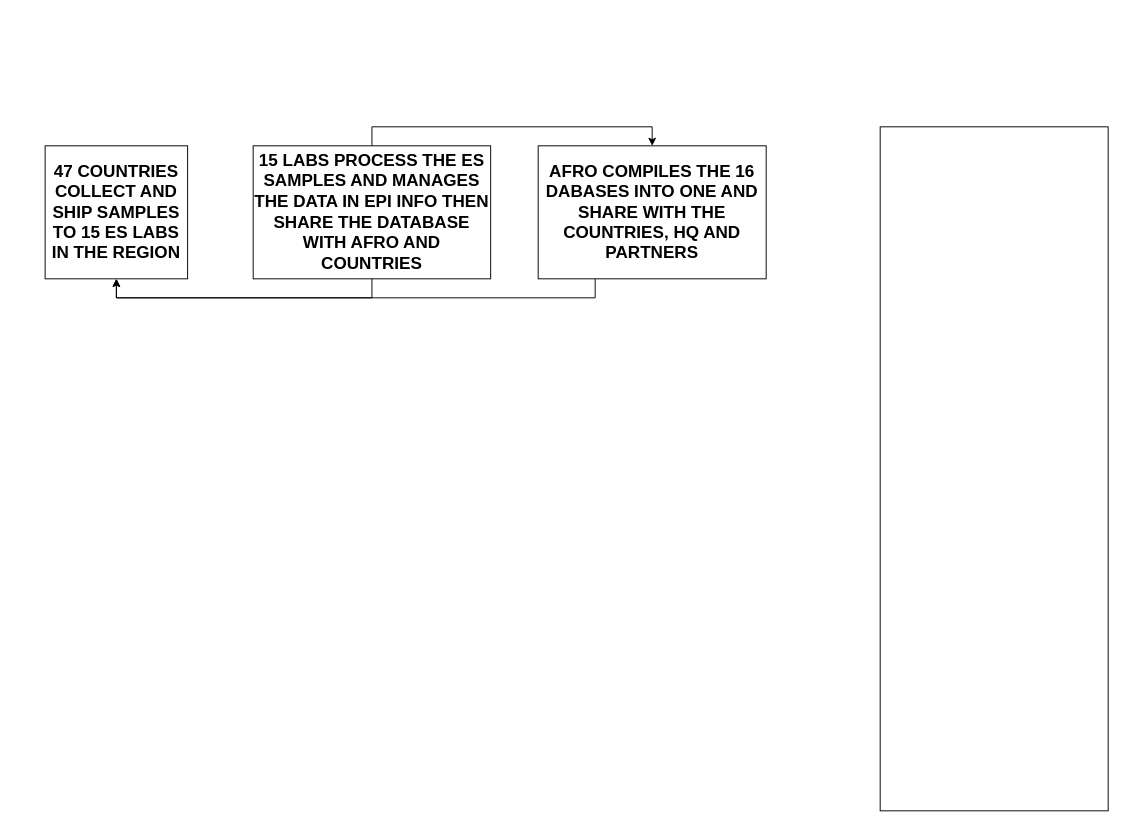
DemevengDerrick/Workflows keeps this draw.io diagram as ES_Data_flow.drawio. Above is the earlier version. Source tidied: cells renumbered, new cells numbered last; positions are measured from the earlier drawing's top-left corner, leaving out a move shared by most shapes. Both pictures are drawn from the tidied source at 95%, with x=0, y=0 at pixel (45, 126).
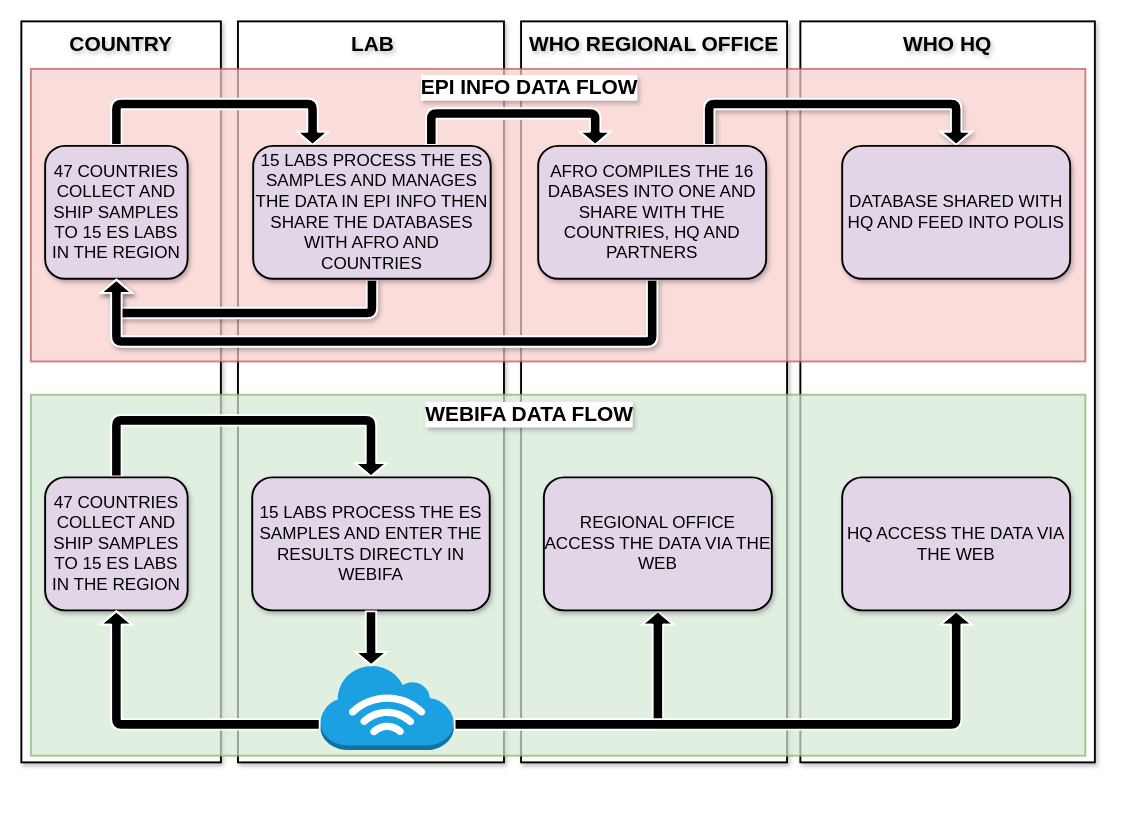
The same diagram, later.

Change to the diagram source:
```diff
@@
+    <mxCell id="9" style="rounded=0;whiteSpace=wrap;html=1;shadow=1;strokeWidth=2;" parent="1" vertex="1">
+      <mxGeometry x="795" y="-111" width="310" height="780" as="geometry" />
+    </mxCell>
+    <mxCell id="10" style="rounded=0;whiteSpace=wrap;html=1;shadow=1;strokeWidth=2;" parent="1" vertex="1">
+      <mxGeometry x="501" y="-111" width="280" height="780" as="geometry" />
+    </mxCell>
+    <mxCell id="11" style="rounded=0;whiteSpace=wrap;html=1;shadow=1;strokeWidth=2;" parent="1" vertex="1">
+      <mxGeometry x="203" y="-111" width="280" height="780" as="geometry" />
+    </mxCell>
+    <mxCell id="12" style="rounded=0;whiteSpace=wrap;html=1;shadow=1;strokeWidth=2;" parent="1" vertex="1">
+      <mxGeometry x="-25" y="-111" width="210" height="780" as="geometry" />
+    </mxCell>
+    <mxCell id="13" style="rounded=0;whiteSpace=wrap;html=1;shadow=0;opacity=70;fillColor=#f8cecc;strokeColor=#b85450;strokeWidth=2;" parent="1" vertex="1">
+      <mxGeometry x="-15" y="-61" width="1110" height="308" as="geometry" />
+    </mxCell>
+    <mxCell id="14" style="edgeStyle=orthogonalEdgeStyle;rounded=1;jettySize=auto;html=1;exitX=0.5;exitY=0;exitDx=0;exitDy=0;entryX=0.25;entryY=0;entryDx=0;entryDy=0;shape=flexArrow;fillColor=#000000;strokeColor=#FFFFFF;strokeWidth=2;startSize=5;endSize=4;" parent="1" edge="1" source="2" target="5">
+      <mxGeometry relative="1" as="geometry">
+        <Array as="points">
+          <mxPoint x="75" y="-24" />
+          <mxPoint x="282" y="-24" />
+        </Array>
+      </mxGeometry>
+    </mxCell>
-    <mxCell id="2" value="47 COUNTRIES COLLECT AND SHIP SAMPLES TO 15 ES LABS IN THE REGION" style="rounded=0;whiteSpace=wrap;html=1;fontStyle=1;fontSize=18;" parent="1" vertex="1">
+    <mxCell id="2" value="47 COUNTRIES COLLECT AND SHIP SAMPLES TO 15 ES LABS IN THE REGION" style="rounded=1;whiteSpace=wrap;html=1;fontStyle=0;fontSize=18;fillColor=#e1d5e7;strokeColor=#000000;shadow=1;strokeWidth=2;" parent="1" vertex="1">
       <mxGeometry y="20" width="150" height="140" as="geometry" />
     </mxCell>
-    <mxCell id="3" style="edgeStyle=orthogonalEdgeStyle;rounded=0;jettySize=auto;html=1;exitX=0.5;exitY=1;exitDx=0;exitDy=0;entryX=0.5;entryY=1;entryDx=0;entryDy=0;" parent="1" edge="1" source="5" target="2">
-      <mxGeometry relative="1" as="geometry" />
+    <mxCell id="3" style="edgeStyle=orthogonalEdgeStyle;rounded=1;jettySize=auto;html=1;exitX=0.5;exitY=1;exitDx=0;exitDy=0;entryX=0.5;entryY=1;entryDx=0;entryDy=0;fontStyle=0;shadow=1;shape=flexArrow;fillColor=#000000;strokeColor=#FFFFFF;strokeWidth=2;startSize=5;endSize=4;" parent="1" edge="1" source="5" target="2">
+      <mxGeometry relative="1" as="geometry">
+        <Array as="points">
+          <mxPoint x="344" y="196" />
+          <mxPoint x="75" y="196" />
+        </Array>
+      </mxGeometry>
     </mxCell>
-    <mxCell id="4" style="edgeStyle=orthogonalEdgeStyle;rounded=0;jettySize=auto;html=1;exitX=0.5;exitY=0;exitDx=0;exitDy=0;entryX=0.5;entryY=0;entryDx=0;entryDy=0;" parent="1" edge="1" source="5" target="7">
-      <mxGeometry relative="1" as="geometry" />
+    <mxCell id="4" style="edgeStyle=orthogonalEdgeStyle;rounded=1;jettySize=auto;html=1;exitX=0.75;exitY=0;exitDx=0;exitDy=0;entryX=0.25;entryY=0;entryDx=0;entryDy=0;shape=flexArrow;fillColor=#000000;strokeColor=#FFFFFF;strokeWidth=2;startSize=5;endSize=4;" parent="1" edge="1" source="5" target="7">
+      <mxGeometry relative="1" as="geometry">
+        <Array as="points">
+          <mxPoint x="407" y="-14" />
+          <mxPoint x="579" y="-14" />
+        </Array>
+      </mxGeometry>
     </mxCell>
-    <mxCell id="5" value="15 LABS PROCESS THE ES SAMPLES AND MANAGES THE DATA IN EPI INFO THEN SHARE THE DATABASE WITH AFRO AND COUNTRIES" style="rounded=0;whiteSpace=wrap;html=1;fontStyle=1;fontSize=18;" parent="1" vertex="1">
+    <mxCell id="5" value="15 LABS PROCESS THE ES SAMPLES AND MANAGES THE DATA IN EPI INFO THEN SHARE THE DATABASES WITH AFRO AND COUNTRIES" style="rounded=1;whiteSpace=wrap;html=1;fontStyle=0;fontSize=18;fillColor=#e1d5e7;strokeColor=#000000;shadow=1;strokeWidth=2;" parent="1" vertex="1">
       <mxGeometry x="219" y="20" width="250" height="140" as="geometry" />
     </mxCell>
-    <mxCell id="6" style="edgeStyle=orthogonalEdgeStyle;rounded=0;jettySize=auto;html=1;exitX=0.25;exitY=1;exitDx=0;exitDy=0;entryX=0.5;entryY=1;entryDx=0;entryDy=0;" parent="1" edge="1" source="7" target="2">
-      <mxGeometry relative="1" as="geometry" />
+    <mxCell id="6" style="edgeStyle=orthogonalEdgeStyle;rounded=1;jettySize=auto;html=1;exitX=0.5;exitY=1;exitDx=0;exitDy=0;entryX=0.5;entryY=1;entryDx=0;entryDy=0;fontStyle=0;shadow=1;shape=flexArrow;fillColor=#000000;strokeColor=#FFFFFF;strokeWidth=2;startSize=5;endSize=4;" parent="1" edge="1" source="7" target="2">
+      <mxGeometry relative="1" as="geometry">
+        <Array as="points">
+          <mxPoint x="639" y="226" />
+          <mxPoint x="75" y="226" />
+        </Array>
+      </mxGeometry>
     </mxCell>
+    <mxCell id="15" style="rounded=0;whiteSpace=wrap;html=1;shadow=0;opacity=70;fillColor=#d5e8d4;strokeColor=#82b366;strokeWidth=2;" parent="1" vertex="1">
+      <mxGeometry x="-15" y="282" width="1110" height="380" as="geometry" />
+    </mxCell>
+    <mxCell id="16" style="edgeStyle=orthogonalEdgeStyle;rounded=1;jettySize=auto;html=1;exitX=0.75;exitY=0;exitDx=0;exitDy=0;entryX=0.5;entryY=0;entryDx=0;entryDy=0;fontStyle=0;shadow=1;shape=flexArrow;fillColor=#000000;strokeColor=#FFFFFF;strokeWidth=2;startSize=5;endSize=4;" parent="1" edge="1" source="7" target="8">
+      <mxGeometry relative="1" as="geometry">
+        <Array as="points">
+          <mxPoint x="699" y="-24" />
+          <mxPoint x="959" y="-24" />
+        </Array>
+      </mxGeometry>
+    </mxCell>
-    <mxCell id="7" value="AFRO COMPILES THE 16 DABASES INTO ONE AND SHARE WITH THE COUNTRIES, HQ AND PARTNERS" style="rounded=0;whiteSpace=wrap;html=1;fontStyle=1;fontSize=18;" parent="1" vertex="1">
+    <mxCell id="7" value="AFRO COMPILES THE 16 DABASES INTO ONE AND SHARE WITH THE COUNTRIES, HQ AND PARTNERS" style="rounded=1;whiteSpace=wrap;html=1;fontStyle=0;fontSize=18;fillColor=#e1d5e7;strokeColor=#000000;shadow=1;strokeWidth=2;" parent="1" vertex="1">
       <mxGeometry x="519" y="20" width="240" height="140" as="geometry" />
     </mxCell>
-    <mxCell id="8" style="rounded=0;whiteSpace=wrap;html=1;" parent="1" vertex="1">
-      <mxGeometry x="879" width="240" height="720" as="geometry" />
+    <mxCell id="8" value="DATABASE SHARED WITH HQ AND FEED INTO POLIS" style="rounded=1;whiteSpace=wrap;html=1;fontSize=18;fontStyle=0;fillColor=#e1d5e7;strokeColor=#000000;shadow=1;strokeWidth=2;" parent="1" vertex="1">
+      <mxGeometry x="839" y="20" width="240" height="140" as="geometry" />
     </mxCell>
+    <mxCell id="17" style="edgeStyle=orthogonalEdgeStyle;rounded=1;jettySize=auto;html=1;exitX=0.5;exitY=0;exitDx=0;exitDy=0;entryX=0.5;entryY=0;entryDx=0;entryDy=0;shape=flexArrow;fillColor=#000000;strokeColor=#FFFFFF;strokeWidth=2;startSize=5;endSize=4;" parent="1" edge="1" source="18" target="19">
+      <mxGeometry relative="1" as="geometry">
+        <Array as="points">
+          <mxPoint x="75" y="309" />
+          <mxPoint x="343" y="309" />
+        </Array>
+      </mxGeometry>
+    </mxCell>
+    <mxCell id="18" value="47 COUNTRIES COLLECT AND SHIP SAMPLES TO 15 ES LABS IN THE REGION" style="rounded=1;whiteSpace=wrap;html=1;fontStyle=0;fontSize=18;fillColor=#e1d5e7;strokeColor=#000000;shadow=1;strokeWidth=2;" parent="1" vertex="1">
+      <mxGeometry y="369" width="150" height="140" as="geometry" />
+    </mxCell>
+    <mxCell id="19" value="15 LABS PROCESS THE ES SAMPLES AND ENTER THE RESULTS DIRECTLY IN WEBIFA" style="rounded=1;whiteSpace=wrap;html=1;fontStyle=0;fontSize=18;fillColor=#e1d5e7;strokeColor=#000000;shadow=1;strokeWidth=2;" parent="1" vertex="1">
+      <mxGeometry x="218" y="369" width="250" height="140" as="geometry" />
+    </mxCell>
+    <mxCell id="20" style="edgeStyle=orthogonalEdgeStyle;rounded=1;jettySize=auto;html=1;exitX=0;exitY=0.7;exitDx=0;exitDy=0;exitPerimeter=0;entryX=0.5;entryY=1;entryDx=0;entryDy=0;shape=flexArrow;fillColor=#000000;strokeColor=#FFFFFF;strokeWidth=2;startSize=5;endSize=4;" parent="1" edge="1" source="23" target="18">
+      <mxGeometry relative="1" as="geometry" />
+    </mxCell>
+    <mxCell id="21" style="edgeStyle=orthogonalEdgeStyle;rounded=1;jettySize=auto;html=1;exitX=1;exitY=0.7;exitDx=0;exitDy=0;exitPerimeter=0;entryX=0.5;entryY=1;entryDx=0;entryDy=0;shape=flexArrow;fillColor=#000000;strokeColor=#FFFFFF;strokeWidth=2;startSize=5;endSize=4;" parent="1" edge="1" source="23" target="25">
+      <mxGeometry relative="1" as="geometry" />
+    </mxCell>
+    <mxCell id="22" style="edgeStyle=orthogonalEdgeStyle;rounded=1;jettySize=auto;html=1;exitX=1;exitY=0.7;exitDx=0;exitDy=0;exitPerimeter=0;entryX=0.5;entryY=1;entryDx=0;entryDy=0;shape=flexArrow;fillColor=#000000;strokeColor=#FFFFFF;strokeWidth=2;startSize=5;endSize=4;" parent="1" edge="1" source="23" target="26">
+      <mxGeometry relative="1" as="geometry" />
+    </mxCell>
+    <mxCell id="23" style="outlineConnect=0;dashed=0;verticalLabelPosition=bottom;verticalAlign=top;align=center;html=1;shape=mxgraph.aws3.internet_3;fillColor=#1ba1e2;strokeColor=#006EAF;fontColor=#ffffff;" parent="1" vertex="1">
+      <mxGeometry x="290" y="566" width="140" height="90" as="geometry" />
+    </mxCell>
+    <mxCell id="24" style="edgeStyle=orthogonalEdgeStyle;rounded=0;jettySize=auto;html=1;exitX=0.5;exitY=1;exitDx=0;exitDy=0;entryX=0.38;entryY=0.02;entryDx=0;entryDy=0;entryPerimeter=0;shape=flexArrow;fillColor=#000000;strokeColor=#FFFFFF;strokeWidth=2;startSize=5;endSize=4;" parent="1" edge="1" source="19" target="23">
+      <mxGeometry relative="1" as="geometry" />
+    </mxCell>
+    <mxCell id="25" value="REGIONAL OFFICE ACCESS THE DATA VIA THE WEB" style="rounded=1;whiteSpace=wrap;html=1;fontStyle=0;fontSize=18;fillColor=#e1d5e7;strokeColor=#000000;shadow=1;strokeWidth=2;" parent="1" vertex="1">
+      <mxGeometry x="525" y="369" width="240" height="140" as="geometry" />
+    </mxCell>
+    <mxCell id="26" value="HQ ACCESS THE DATA VIA THE WEB" style="rounded=1;whiteSpace=wrap;html=1;fontStyle=0;fontSize=18;fillColor=#e1d5e7;strokeColor=#000000;shadow=1;strokeWidth=2;" parent="1" vertex="1">
+      <mxGeometry x="839" y="369" width="240" height="140" as="geometry" />
+    </mxCell>
+    <mxCell id="27" value="COUNTRY" style="text;html=1;align=center;verticalAlign=middle;whiteSpace=wrap;rounded=0;fontSize=22;fontStyle=1;textShadow=1;" parent="1" vertex="1">
+      <mxGeometry x="-5" y="-101" width="170" height="30" as="geometry" />
+    </mxCell>
+    <mxCell id="28" value="LAB" style="text;html=1;align=center;verticalAlign=middle;whiteSpace=wrap;rounded=0;fontSize=22;fontStyle=1;textShadow=1;" parent="1" vertex="1">
+      <mxGeometry x="260" y="-101" width="170" height="30" as="geometry" />
+    </mxCell>
+    <mxCell id="29" value="WHO REGIONAL OFFICE" style="text;html=1;align=center;verticalAlign=middle;whiteSpace=wrap;rounded=0;fontSize=22;fontStyle=1;textShadow=1;" parent="1" vertex="1">
+      <mxGeometry x="496" y="-101" width="290" height="30" as="geometry" />
+    </mxCell>
+    <mxCell id="30" value="WHO HQ" style="text;html=1;align=center;verticalAlign=middle;whiteSpace=wrap;rounded=0;fontSize=22;fontStyle=1;textShadow=1;" parent="1" vertex="1">
+      <mxGeometry x="825" y="-101" width="250" height="30" as="geometry" />
+    </mxCell>
+    <mxCell id="31" value="WEBIFA DATA FLOW" style="text;html=1;align=center;verticalAlign=middle;whiteSpace=wrap;rounded=0;fontSize=22;fontStyle=1;textShadow=1;labelBackgroundColor=default;" parent="1" vertex="1">
+      <mxGeometry x="385" y="288" width="250" height="30" as="geometry" />
+    </mxCell>
+    <mxCell id="32" value="EPI INFO DATA FLOW" style="text;html=1;align=center;verticalAlign=middle;whiteSpace=wrap;rounded=0;fontSize=22;fontStyle=1;textShadow=1;shadow=1;labelBackgroundColor=default;" parent="1" vertex="1">
+      <mxGeometry x="385" y="-56" width="250" height="30" as="geometry" />
+    </mxCell>
```
